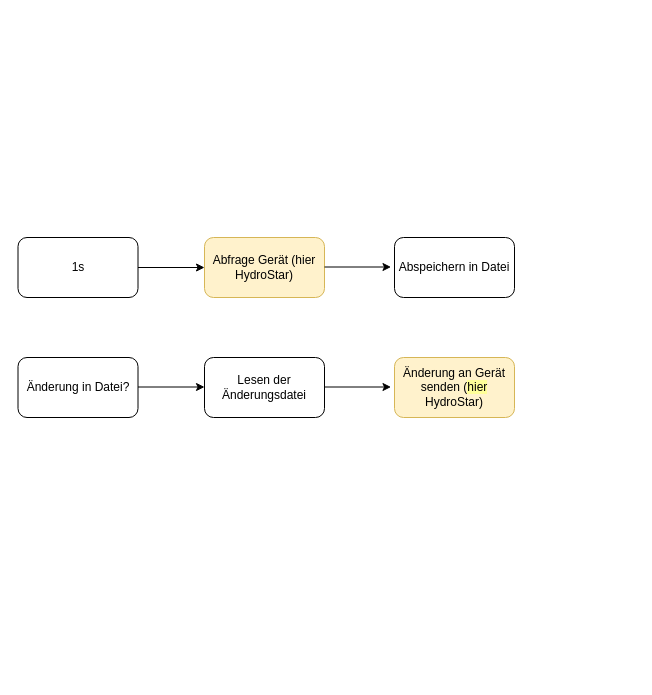
Before: Untitled Diagram.drawio in jfbinder/test, a draw.io diagram. Source tidied: cells renumbered, new cells numbered last; positions are measured from the earlier drawing's top-left corner, leaving out a move shared by most shapes. Both pictures are drawn from the tidied source at 100%, with x=0, y=0 at pixel (18, 237).
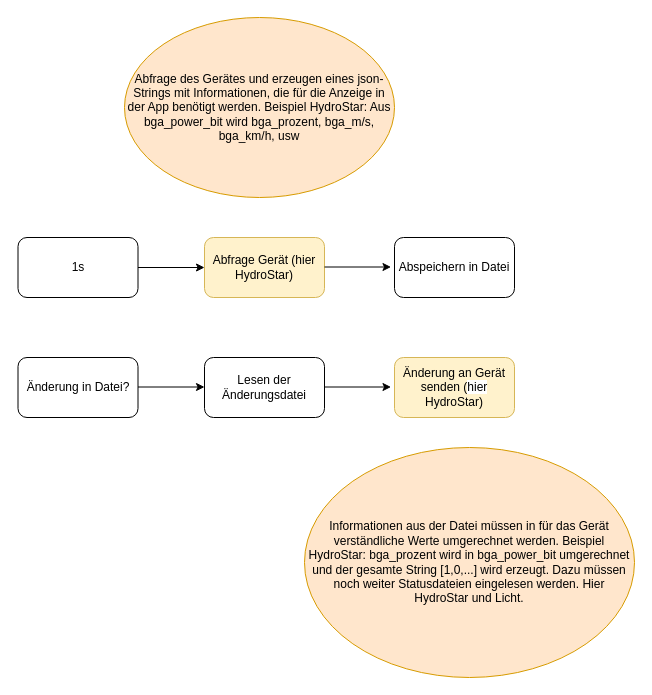
The same page after the edit.

What changed in the source:
```diff
@@
 <mxGraphModel>
   <root>
     <mxCell id="0" />
     <mxCell id="1" parent="0" />
     <mxCell id="2" value="1s" style="rounded=1;whiteSpace=wrap;html=1;" parent="1" vertex="1">
       <mxGeometry x="-0.5" width="120" height="60" as="geometry" />
     </mxCell>
     <mxCell id="3" value="Abfrage Gerät (hier HydroStar)" style="rounded=1;whiteSpace=wrap;html=1;fillColor=#fff2cc;strokeColor=#d6b656;" parent="1" vertex="1">
       <mxGeometry x="186" width="120" height="60" as="geometry" />
     </mxCell>
     <mxCell id="4" value="Abspeichern in Datei" style="rounded=1;whiteSpace=wrap;html=1;" parent="1" vertex="1">
       <mxGeometry x="376" width="120" height="60" as="geometry" />
     </mxCell>
     <mxCell id="5" value="Änderung in Datei?" style="rounded=1;whiteSpace=wrap;html=1;" parent="1" vertex="1">
       <mxGeometry x="-0.5" y="120" width="120" height="60" as="geometry" />
     </mxCell>
     <mxCell id="6" value="Lesen der Änderungsdatei" style="rounded=1;whiteSpace=wrap;html=1;" parent="1" vertex="1">
       <mxGeometry x="186" y="120" width="120" height="60" as="geometry" />
     </mxCell>
-    <mxCell id="7" value="Änderung an Gerät senden (&lt;span style=&quot;background-color: rgb(255 , 255 , 153)&quot;&gt;hier &lt;/span&gt;HydroStar)" style="rounded=1;whiteSpace=wrap;html=1;fillColor=#fff2cc;strokeColor=#d6b656;" parent="1" vertex="1">
+    <mxCell id="7" value="Änderung an Gerät senden (&lt;span style=&quot;background-color: rgb(255 , 255 , 255)&quot;&gt;hier &lt;/span&gt;HydroStar)" style="rounded=1;whiteSpace=wrap;html=1;strokeColor=#d6b656;fillColor=#FFF2CC;" parent="1" vertex="1">
       <mxGeometry x="376" y="120" width="120" height="60" as="geometry" />
     </mxCell>
     <mxCell id="8" style="endArrow=classic;html=1;entryX=0;entryY=0.5;entryDx=0;entryDy=0;exitX=1;exitY=0.5;exitDx=0;exitDy=0;" parent="1" edge="1" source="2" target="3">
       <mxGeometry relative="1" as="geometry" />
     </mxCell>
     <mxCell id="9" style="endArrow=classic;html=1;entryX=0;entryY=0.5;entryDx=0;entryDy=0;exitX=1;exitY=0.5;exitDx=0;exitDy=0;" parent="1" edge="1">
       <mxGeometry relative="1" as="geometry">
         <mxPoint x="306" y="29.5" as="sourcePoint" />
         <mxPoint x="372.5" y="29.5" as="targetPoint" />
       </mxGeometry>
     </mxCell>
     <mxCell id="10" style="endArrow=classic;html=1;entryX=0;entryY=0.5;entryDx=0;entryDy=0;exitX=1;exitY=0.5;exitDx=0;exitDy=0;" parent="1" edge="1">
       <mxGeometry relative="1" as="geometry">
         <mxPoint x="119.5" y="149.5" as="sourcePoint" />
         <mxPoint x="186" y="149.5" as="targetPoint" />
       </mxGeometry>
     </mxCell>
     <mxCell id="11" style="endArrow=classic;html=1;entryX=0;entryY=0.5;entryDx=0;entryDy=0;exitX=1;exitY=0.5;exitDx=0;exitDy=0;" parent="1" edge="1">
       <mxGeometry relative="1" as="geometry">
         <mxPoint x="306" y="149.5" as="sourcePoint" />
         <mxPoint x="372.5" y="149.5" as="targetPoint" />
       </mxGeometry>
     </mxCell>
+    <mxCell id="12" value="Abfrage des Gerätes und erzeugen eines json-Strings mit Informationen, die für die Anzeige in der App benötigt werden. Beispiel HydroStar: Aus bga_power_bit wird bga_prozent, bga_m/s, bga_km/h, usw&lt;br&gt;" style="ellipse;whiteSpace=wrap;html=1;fillColor=#ffe6cc;strokeColor=#d79b00;" parent="1" vertex="1">
+      <mxGeometry x="106" y="-220" width="270" height="180" as="geometry" />
+    </mxCell>
+    <mxCell id="13" value="Informationen aus der Datei müssen in für das Gerät verständliche Werte umgerechnet werden. Beispiel HydroStar: bga_prozent wird in bga_power_bit umgerechnet und der gesamte String [1,0,...] wird erzeugt. Dazu müssen noch weiter Statusdateien eingelesen werden. Hier HydroStar und Licht." style="ellipse;whiteSpace=wrap;html=1;fillColor=#ffe6cc;strokeColor=#d79b00;" parent="1" vertex="1">
+      <mxGeometry x="286" y="210" width="330" height="230" as="geometry" />
+    </mxCell>
   </root>
 </mxGraphModel>
```
